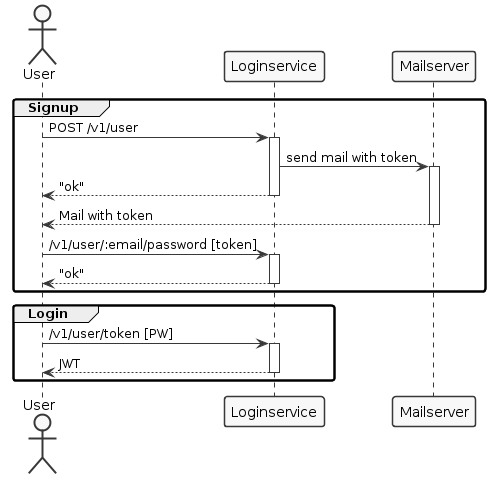
Above: signup.png in phuhl/apparts-login-server (PlantUML), before the change.
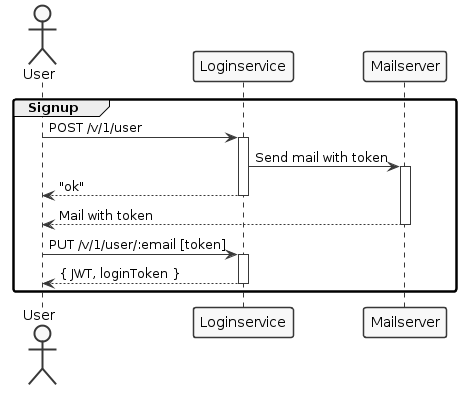
The same diagram one commit later.

Commit message:
Updates docu for signup and fixes missing email in resetpw url

The edit, as a diff of the source:
```diff
@@ -5,25 +5,18 @@
 actor User
 
 group Signup
-User -> Loginservice : POST /v1/user
+User -> Loginservice : POST /v/1/user
 activate Loginservice
-Loginservice -> Mailserver : send mail with token
+Loginservice -> Mailserver : Send mail with token
 activate Mailserver
 User <-- Loginservice : "ok"
 deactivate Loginservice
 User <-- Mailserver : Mail with token
 deactivate Mailserver
 
-User -> Loginservice : /v1/user/:email/password [token]
+User -> Loginservice : PUT /v/1/user/:email [token]
 activate Loginservice
-User <-- Loginservice : "ok"
-deactivate Loginservice
-end
-
-group Login
-User -> Loginservice : /v1/user/token [PW]
-activate Loginservice
-User <-- Loginservice : JWT
+User <-- Loginservice : { JWT, loginToken }
 deactivate Loginservice
 end
 @enduml
```
